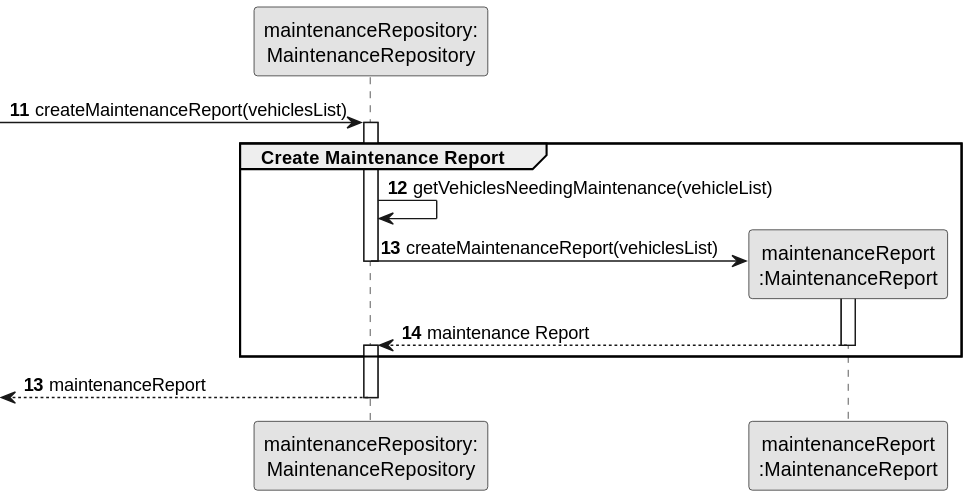
This is docs/sprintB/us008/03.design/svg/us008-sequence-diagram-partial-create-maintenance-report.svg from ricardomm7/leaflink, a PlantUML export, as it was before one commit.
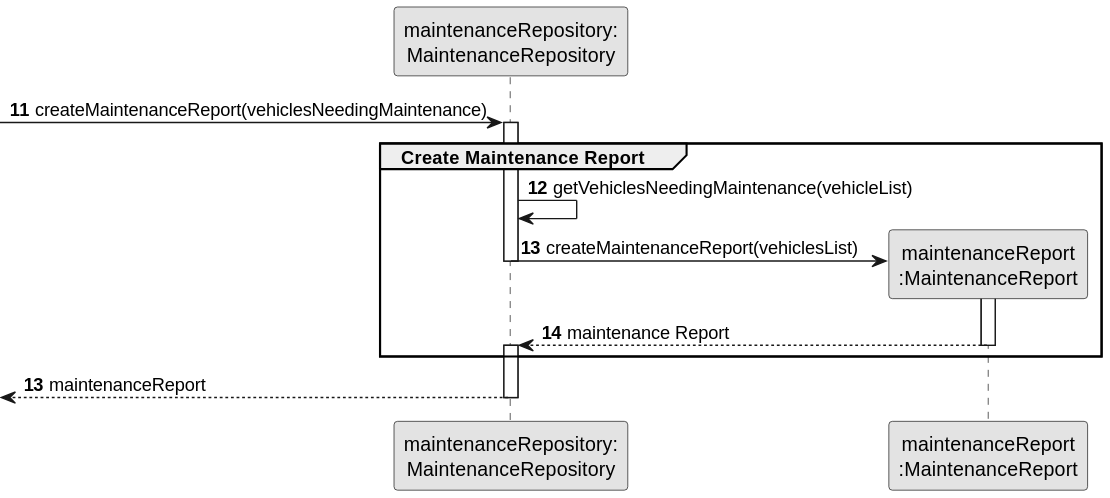
After the change.

The edit, as a diff of the source:
```diff
@@ -7,7 +7,7 @@
 participant "maintenanceReport\n:MaintenanceReport" as MaintenanceReport
 
 autonumber 11
--> MaintenanceRepository : createMaintenanceReport(vehiclesList)
+-> MaintenanceRepository : createMaintenanceReport(vehiclesNeedingMaintenance)
 activate MaintenanceRepository
 
     group Create Maintenance Report
```
